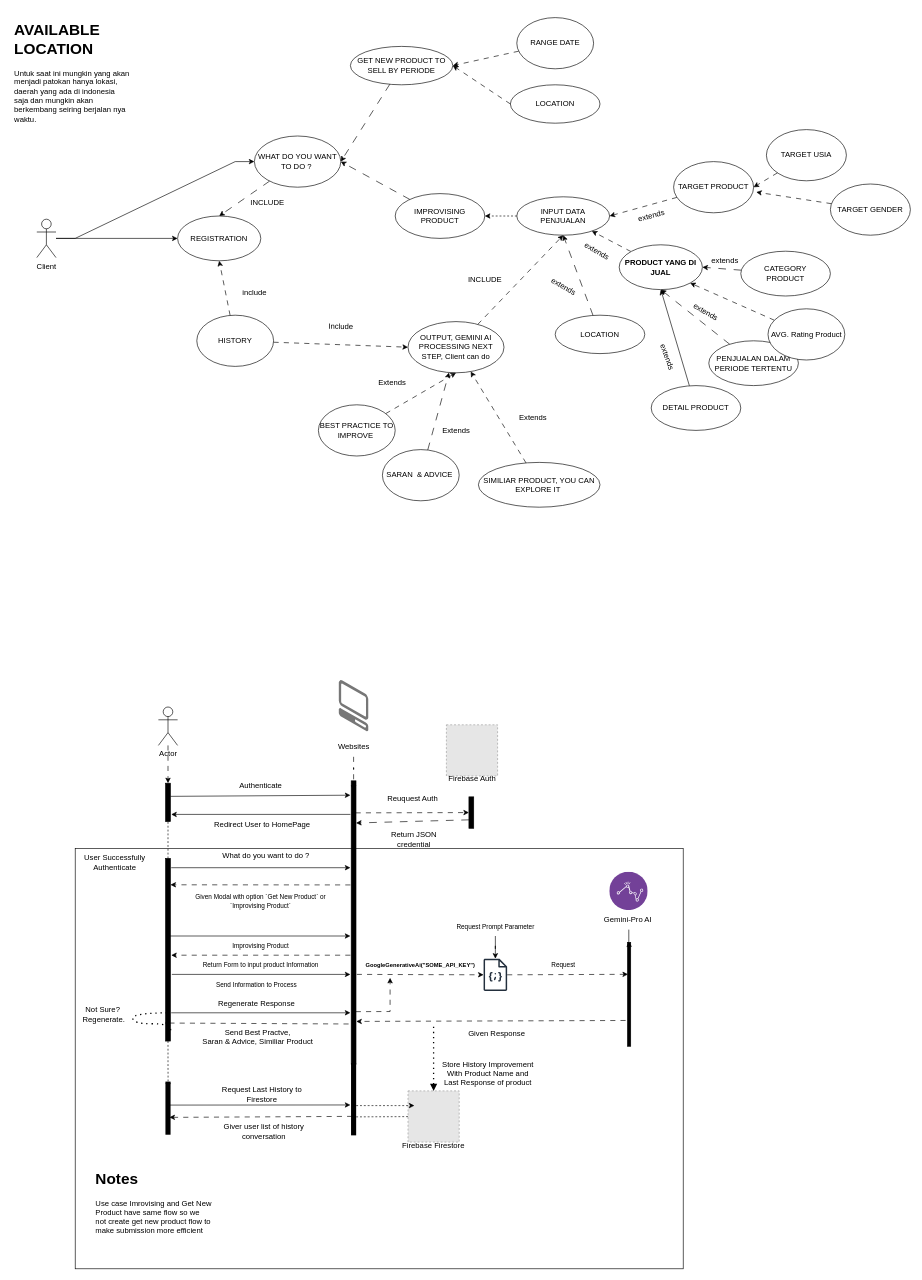
Before: chart-drawIo/HACKER_SUBSMISSION_USECASE_SEQUENCE.drawio in azzaky9/hackfest-2024-web-app, a draw.io diagram. Source tidied: cells renumbered, new cells numbered last; positions are measured from the earlier drawing's top-left corner, leaving out a move shared by most shapes. Both pictures are drawn from the tidied source at 64%, with x=0, y=0 at pixel (11, 17). Pictures stored in the file or linked from it are replaced by grey dashed boxes.
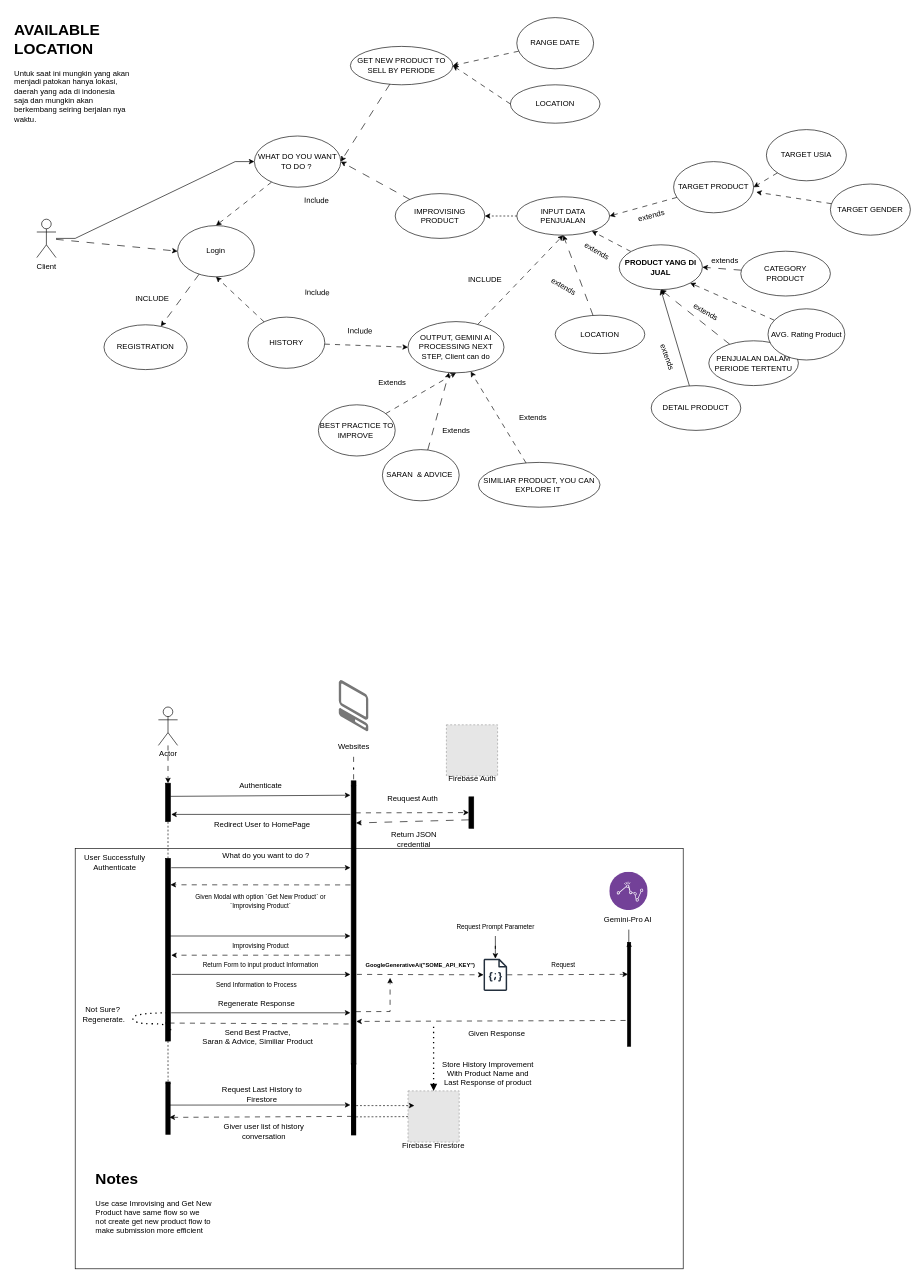
After the change.

The change refers to these unchanged cells:
```xml
<mxCell id="5" value="Client" style="shape=umlActor;verticalLabelPosition=bottom;verticalAlign=top;html=1;outlineConnect=0;" parent="1" vertex="1">
  <mxGeometry x="40" y="315" width="30" height="60" as="geometry" />
</mxCell>
<mxCell id="16" value="WHAT DO YOU WANT TO DO ?&amp;nbsp;" style="ellipse;whiteSpace=wrap;html=1;" parent="1" vertex="1">
  <mxGeometry x="380" y="185" width="135" height="80" as="geometry" />
</mxCell>
```

Change to the diagram source:
```diff
@@
-    <mxCell id="3" style="edgeStyle=orthogonalEdgeStyle;rounded=0;jettySize=auto;html=1;entryX=0;entryY=0.5;entryDx=0;entryDy=0;" parent="1" edge="1" source="5" target="6">
-      <mxGeometry relative="1" as="geometry" />
-    </mxCell>
@@
+    <mxCell id="130" style="rounded=0;jettySize=auto;html=1;entryX=0;entryY=0.5;entryDx=0;entryDy=0;dashed=1;dashPattern=12 12;" parent="1" edge="1" source="5" target="134">
+      <mxGeometry relative="1" as="geometry" />
+    </mxCell>
@@
     <mxCell id="6" value="REGISTRATION" style="ellipse;whiteSpace=wrap;html=1;" parent="1" vertex="1">
-      <mxGeometry x="260" y="310" width="130" height="70" as="geometry" />
+      <mxGeometry x="145" y="480" width="130" height="70" as="geometry" />
     </mxCell>
@@
-    <mxCell id="15" style="rounded=0;jettySize=auto;html=1;entryX=0.5;entryY=0;entryDx=0;entryDy=0;dashed=1;dashPattern=12 12;" parent="1" edge="1" source="16" target="6">
-      <mxGeometry relative="1" as="geometry" />
-    </mxCell>
+    <mxCell id="131" style="rounded=0;jettySize=auto;html=1;entryX=0.5;entryY=0;entryDx=0;entryDy=0;dashed=1;dashPattern=8 8;" parent="1" edge="1" source="16" target="134">
+      <mxGeometry relative="1" as="geometry" />
+    </mxCell>
@@
-    <mxCell id="19" value="INCLUDE" style="text;html=1;align=center;verticalAlign=middle;strokeColor=none;fillColor=none;" parent="1" vertex="1">
-      <mxGeometry x="360" y="275" width="80" height="30" as="geometry" />
-    </mxCell>
@@
-    <mxCell id="115" style="rounded=0;jettySize=auto;html=1;entryX=0.5;entryY=1;entryDx=0;entryDy=0;dashed=1;dashPattern=8 8;" parent="1" edge="1" source="117" target="6">
-      <mxGeometry relative="1" as="geometry" />
-    </mxCell>
@@
+    <mxCell id="132" style="rounded=0;jettySize=auto;html=1;entryX=0.5;entryY=1;entryDx=0;entryDy=0;dashed=1;dashPattern=8 8;" parent="1" edge="1" source="117" target="134">
+      <mxGeometry relative="1" as="geometry" />
+    </mxCell>
     <mxCell id="117" value="HISTORY" style="ellipse;whiteSpace=wrap;html=1;" parent="1" vertex="1">
-      <mxGeometry x="290" y="465" width="120" height="80" as="geometry" />
+      <mxGeometry x="370" y="468" width="120" height="80" as="geometry" />
     </mxCell>
-    <mxCell id="118" value="include" style="text;html=1;align=center;verticalAlign=middle;strokeColor=none;fillColor=none;" parent="1" vertex="1">
-      <mxGeometry x="350" y="415" width="60" height="30" as="geometry" />
-    </mxCell>
     <mxCell id="119" value="Include" style="text;html=1;align=center;verticalAlign=middle;strokeColor=none;fillColor=none;rotation=1;" parent="1" vertex="1">
-      <mxGeometry x="485" y="468" width="60" height="30" as="geometry" />
+      <mxGeometry x="515" y="475" width="60" height="30" as="geometry" />
     </mxCell>
@@
+    <mxCell id="133" style="rounded=0;jettySize=auto;html=1;dashed=1;dashPattern=12 12;" parent="1" edge="1" source="134" target="6">
+      <mxGeometry relative="1" as="geometry" />
+    </mxCell>
+    <mxCell id="134" value="Login&lt;br&gt;" style="ellipse;whiteSpace=wrap;html=1;" parent="1" vertex="1">
+      <mxGeometry x="260" y="325" width="120" height="80" as="geometry" />
+    </mxCell>
+    <mxCell id="19" value="INCLUDE" style="text;html=1;align=center;verticalAlign=middle;strokeColor=none;fillColor=none;" parent="1" vertex="1">
+      <mxGeometry x="180" y="425" width="80" height="30" as="geometry" />
+    </mxCell>
+    <mxCell id="135" value="Include" style="text;html=1;align=center;verticalAlign=middle;strokeColor=none;fillColor=none;rotation=1;" parent="1" vertex="1">
+      <mxGeometry x="447" y="271" width="60" height="30" as="geometry" />
+    </mxCell>
+    <mxCell id="136" value="Include" style="text;html=1;align=center;verticalAlign=middle;strokeColor=none;fillColor=none;rotation=1;" parent="1" vertex="1">
+      <mxGeometry x="447.5" y="415" width="60" height="30" as="geometry" />
+    </mxCell>
```
